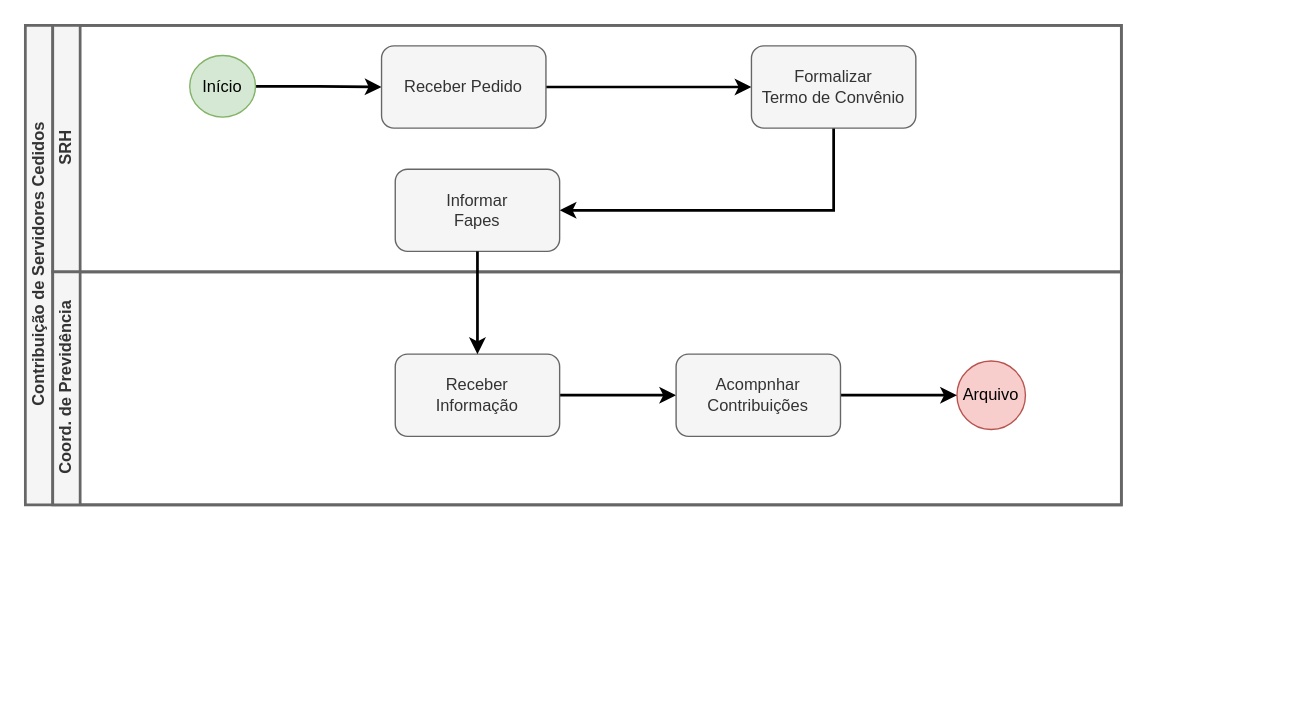
The draw.io diagram CobrancaServidorCedido.drawio in Ramaniks/fluxogramas-toledoprev, before the edit. Source tidied: cells renumbered, new cells numbered last; positions are measured from the earlier drawing's top-left corner, leaving out a move shared by most shapes. Both pictures are drawn from the tidied source at 137%, with x=0, y=0 at pixel (25, 25).
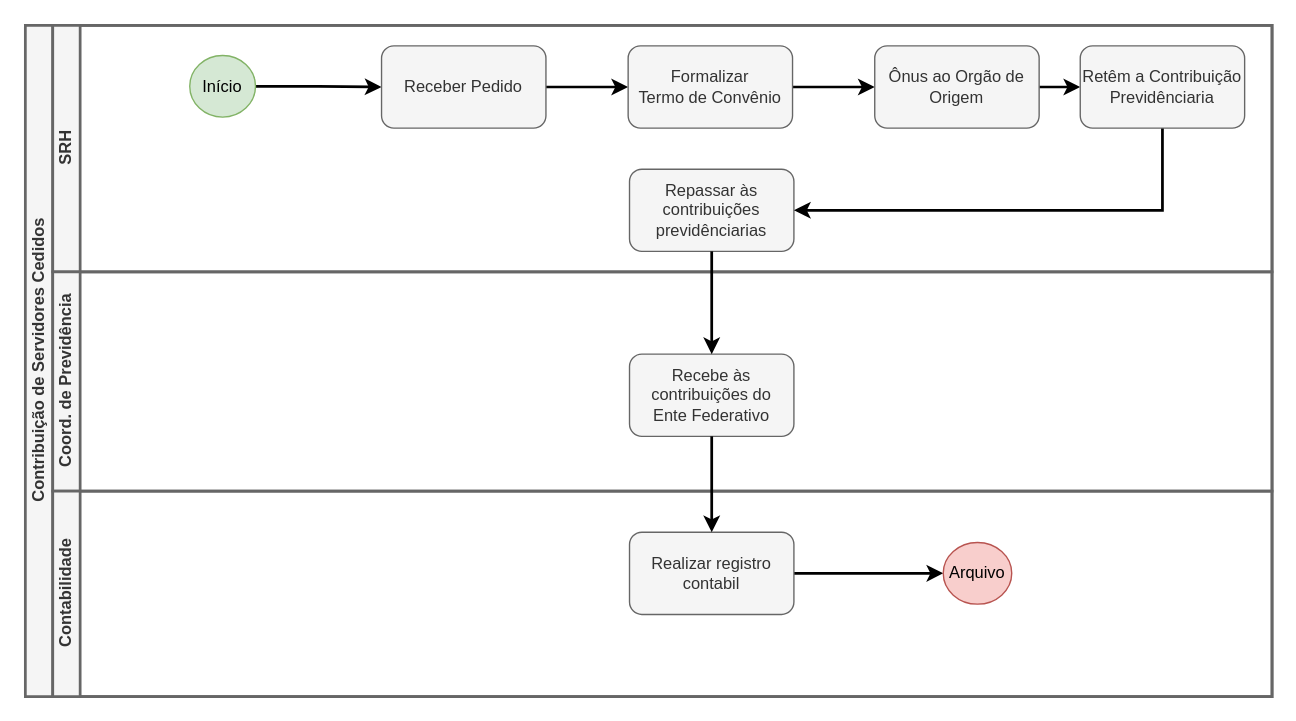
After the change.

Commit message (it also covers changes not shown here):
Ajuste visual.

Change to the diagram source:
```diff
@@
     <mxCell id="2" value="Contribuição de Servidores Cedidos" style="swimlane;horizontal=0;startSize=20;html=1;strokeWidth=2;fillColor=#f5f5f5;fontColor=#333333;strokeColor=#666666;" parent="1" vertex="1">
-      <mxGeometry width="800" height="350" as="geometry" />
+      <mxGeometry width="910" height="490" as="geometry" />
     </mxCell>
     <mxCell id="3" value="SRH" style="swimlane;startSize=20;horizontal=0;html=1;strokeWidth=2;fillColor=#f5f5f5;fontColor=#333333;strokeColor=#666666;" parent="2" vertex="1">
-      <mxGeometry x="20" width="780" height="180" as="geometry" />
+      <mxGeometry x="20" width="890" height="180" as="geometry" />
     </mxCell>
@@
-    <mxCell id="8" style="edgeStyle=orthogonalEdgeStyle;rounded=0;jettySize=auto;html=1;entryX=1;entryY=0.5;entryDx=0;entryDy=0;exitX=0.5;exitY=1;exitDx=0;exitDy=0;strokeWidth=2;" parent="3" edge="1" source="9" target="10">
-      <mxGeometry relative="1" as="geometry" />
-    </mxCell>
+    <mxCell id="18" style="edgeStyle=orthogonalEdgeStyle;rounded=0;jettySize=auto;html=1;strokeWidth=2;" parent="3" edge="1" source="9" target="20">
+      <mxGeometry relative="1" as="geometry" />
+    </mxCell>
     <mxCell id="9" value="Formalizar&lt;br style=&quot;border-color: var(--border-color);&quot;&gt;Termo de Convênio" style="rounded=1;whiteSpace=wrap;html=1;fillColor=#f5f5f5;fontColor=#333333;strokeColor=#666666;" parent="3" vertex="1">
-      <mxGeometry x="510" y="15" width="120" height="60" as="geometry" />
+      <mxGeometry x="420" y="15" width="120" height="60" as="geometry" />
     </mxCell>
-    <mxCell id="10" value="Informar&lt;br style=&quot;border-color: var(--border-color);&quot;&gt;Fapes" style="rounded=1;whiteSpace=wrap;html=1;fillColor=#f5f5f5;fontColor=#333333;strokeColor=#666666;" parent="3" vertex="1">
-      <mxGeometry x="250" y="105" width="120" height="60" as="geometry" />
+    <mxCell id="10" value="Repassar às contribuições previdênciarias" style="rounded=1;whiteSpace=wrap;html=1;fillColor=#f5f5f5;fontColor=#333333;strokeColor=#666666;" parent="3" vertex="1">
+      <mxGeometry x="421" y="105" width="120" height="60" as="geometry" />
     </mxCell>
+    <mxCell id="19" style="edgeStyle=orthogonalEdgeStyle;rounded=0;jettySize=auto;html=1;entryX=0;entryY=0.5;entryDx=0;entryDy=0;strokeWidth=2;" parent="3" edge="1" source="20" target="22">
+      <mxGeometry relative="1" as="geometry" />
+    </mxCell>
+    <mxCell id="20" value="Ônus ao Orgão de Origem" style="rounded=1;whiteSpace=wrap;html=1;fillColor=#f5f5f5;fontColor=#333333;strokeColor=#666666;" parent="3" vertex="1">
+      <mxGeometry x="600" y="15" width="120" height="60" as="geometry" />
+    </mxCell>
+    <mxCell id="21" style="edgeStyle=orthogonalEdgeStyle;rounded=0;jettySize=auto;html=1;entryX=1;entryY=0.5;entryDx=0;entryDy=0;strokeWidth=2;" parent="3" edge="1" source="22" target="10">
+      <mxGeometry relative="1" as="geometry">
+        <Array as="points">
+          <mxPoint x="810" y="135" />
+        </Array>
+      </mxGeometry>
+    </mxCell>
+    <mxCell id="22" value="Retêm a Contribuição Previdênciaria" style="rounded=1;whiteSpace=wrap;html=1;fillColor=#f5f5f5;fontColor=#333333;strokeColor=#666666;" parent="3" vertex="1">
+      <mxGeometry x="750" y="15" width="120" height="60" as="geometry" />
+    </mxCell>
     <mxCell id="11" value="Coord. de Previdência" style="swimlane;startSize=20;horizontal=0;html=1;strokeWidth=2;fillColor=#f5f5f5;fontColor=#333333;strokeColor=#666666;" parent="2" vertex="1">
-      <mxGeometry x="20" y="180" width="780" height="170" as="geometry" />
+      <mxGeometry x="20" y="180" width="890" height="160" as="geometry" />
     </mxCell>
+    <mxCell id="14" value="Recebe às contribuições do &lt;br&gt;Ente Federativo" style="rounded=1;whiteSpace=wrap;html=1;fillColor=#f5f5f5;fontColor=#333333;strokeColor=#666666;" parent="11" vertex="1">
+      <mxGeometry x="421" y="60" width="120" height="60" as="geometry" />
+    </mxCell>
+    <mxCell id="17" style="edgeStyle=orthogonalEdgeStyle;rounded=0;jettySize=auto;html=1;entryX=0.5;entryY=0;entryDx=0;entryDy=0;strokeWidth=2;" parent="2" edge="1" source="10" target="14">
+      <mxGeometry relative="1" as="geometry" />
+    </mxCell>
+    <mxCell id="23" value="Contabilidade" style="swimlane;startSize=20;horizontal=0;html=1;strokeWidth=2;fillColor=#f5f5f5;fontColor=#333333;strokeColor=#666666;" parent="2" vertex="1">
+      <mxGeometry x="20" y="340" width="890" height="150" as="geometry" />
+    </mxCell>
+    <mxCell id="24" style="edgeStyle=orthogonalEdgeStyle;rounded=0;jettySize=auto;html=1;strokeWidth=2;" parent="23" edge="1" source="25" target="12">
+      <mxGeometry relative="1" as="geometry" />
+    </mxCell>
+    <mxCell id="25" value="Realizar registro contabil" style="rounded=1;whiteSpace=wrap;html=1;fillColor=#f5f5f5;fontColor=#333333;strokeColor=#666666;" parent="23" vertex="1">
+      <mxGeometry x="421" y="30" width="120" height="60" as="geometry" />
+    </mxCell>
-    <mxCell id="12" value="Arquivo" style="ellipse;whiteSpace=wrap;html=1;fillColor=#f8cecc;strokeColor=#b85450;" parent="11" vertex="1">
-      <mxGeometry x="660" y="65" width="50" height="50" as="geometry" />
+    <mxCell id="12" value="Arquivo" style="ellipse;whiteSpace=wrap;html=1;fillColor=#f8cecc;strokeColor=#b85450;" parent="23" vertex="1">
+      <mxGeometry x="650" y="37.5" width="50" height="45" as="geometry" />
     </mxCell>
-    <mxCell id="13" style="edgeStyle=orthogonalEdgeStyle;rounded=0;jettySize=auto;html=1;entryX=0;entryY=0.5;entryDx=0;entryDy=0;strokeWidth=2;" parent="11" edge="1" source="14" target="16">
-      <mxGeometry relative="1" as="geometry" />
-    </mxCell>
-    <mxCell id="14" value="Receber&lt;br style=&quot;border-color: var(--border-color);&quot;&gt;Informação" style="rounded=1;whiteSpace=wrap;html=1;fillColor=#f5f5f5;fontColor=#333333;strokeColor=#666666;" parent="11" vertex="1">
-      <mxGeometry x="250" y="60" width="120" height="60" as="geometry" />
-    </mxCell>
-    <mxCell id="15" style="edgeStyle=orthogonalEdgeStyle;rounded=0;jettySize=auto;html=1;strokeWidth=2;" parent="11" edge="1" source="16" target="12">
-      <mxGeometry relative="1" as="geometry" />
-    </mxCell>
-    <mxCell id="16" value="Acompnhar&lt;br style=&quot;border-color: var(--border-color);&quot;&gt;Contribuições" style="rounded=1;whiteSpace=wrap;html=1;fillColor=#f5f5f5;fontColor=#333333;strokeColor=#666666;" parent="11" vertex="1">
-      <mxGeometry x="455" y="60" width="120" height="60" as="geometry" />
-    </mxCell>
-    <mxCell id="17" style="edgeStyle=orthogonalEdgeStyle;rounded=0;jettySize=auto;html=1;entryX=0.5;entryY=0;entryDx=0;entryDy=0;strokeWidth=2;" parent="2" edge="1" source="10" target="14">
-      <mxGeometry relative="1" as="geometry" />
-    </mxCell>
+    <mxCell id="26" style="edgeStyle=orthogonalEdgeStyle;rounded=0;jettySize=auto;html=1;strokeWidth=2;" parent="2" edge="1" source="14" target="25">
+      <mxGeometry relative="1" as="geometry" />
+    </mxCell>
```
